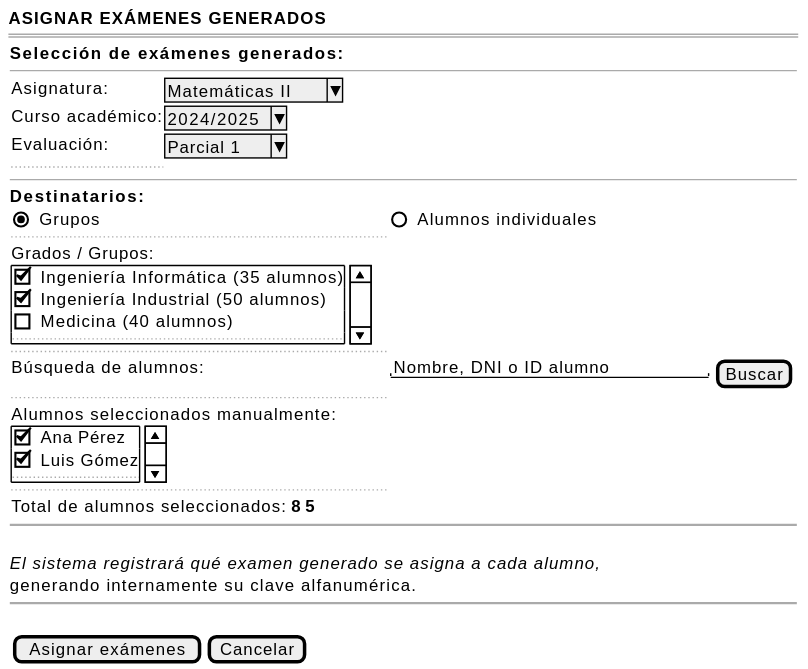
Earlier version of the PlantUML export documents/casos-de-uso/prototipadoCasosDeUso/asignarExamenes/asignarExamenes.svg (martinlopez7/25-26-IdSw1-SdR).
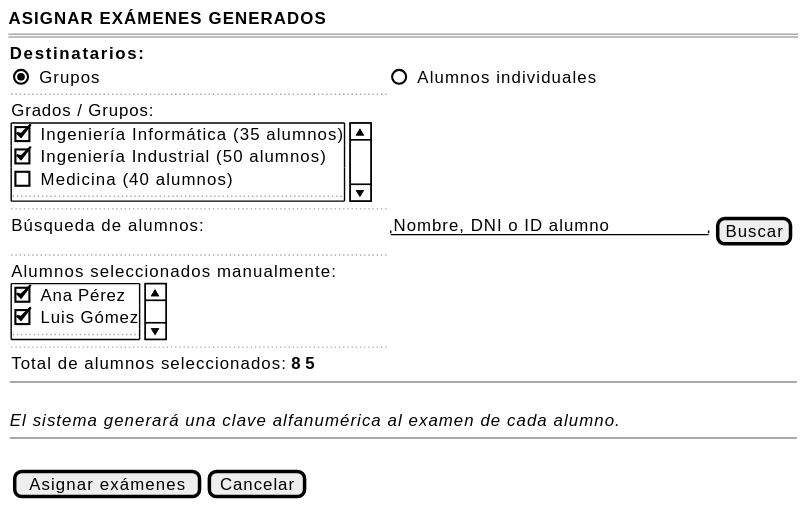
After the change.

What changed in the source:
```diff
@@ -3,16 +3,6 @@
     <b>ASIGNAR EXÁMENES GENERADOS</b>
     ===
     {
-        <b>Selección de exámenes generados:</b>
-        --
-        {
-            Asignatura:      | ^Matemáticas II^
-            Curso académico: | ^2024/2025^
-            Evaluación:      | ^Parcial 1^
-            ..
-        }
-
-        --
 
         <b>Destinatarios:</b>
         {
@@ -40,8 +30,7 @@
 
         ~~
         .
-        <i>El sistema registrará qué examen generado se asigna a cada alumno,
-        generando internamente su clave alfanumérica.
+        <i>El sistema generará una clave alfanumérica al examen de cada alumno.
 
         ~~
         .
```
